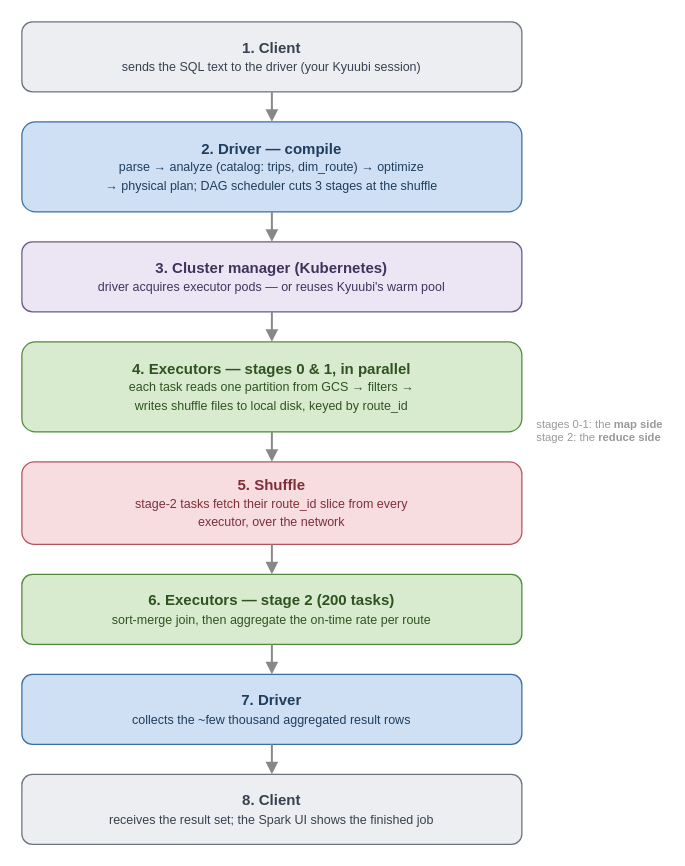
The draw.io diagram book/figures/query-submission-flow.drawio in AlanPhan04/spark-101-to-pro, before the edit. Source tidied: cells renumbered, new cells numbered last; positions are measured from the earlier drawing's top-left corner, leaving out a move shared by most shapes. Both pictures are drawn from the tidied source at 125%, with x=0, y=0 at pixel (21, 21).
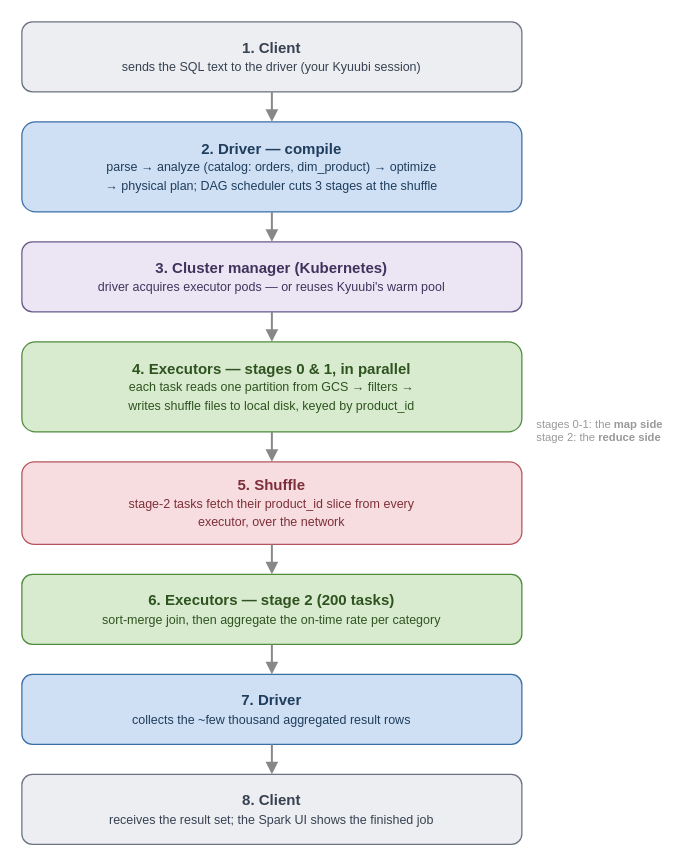
Above is the later version.

What changed in the source:
```diff
@@
 <mxGraphModel>
   <root>
     <mxCell id="0" />
     <mxCell id="1" parent="0" />
     <mxCell id="2" value="&lt;b&gt;1. Client&lt;/b&gt;&lt;br&gt;&lt;span style=&quot;font-size:10px&quot;&gt;sends the SQL text to the driver (your Kyuubi session)&lt;/span&gt;" style="rounded=1;whiteSpace=wrap;html=1;fillColor=#eceef1;strokeColor=#6b7280;fontSize=12;fontColor=#374151;" parent="1" vertex="1">
       <mxGeometry width="400" height="56" as="geometry" />
     </mxCell>
-    <mxCell id="3" value="&lt;b&gt;2. Driver &amp;#8212; compile&lt;/b&gt;&lt;br&gt;&lt;span style=&quot;font-size:10px&quot;&gt;parse &amp;#8594; analyze (catalog: trips, dim_route) &amp;#8594; optimize&lt;br&gt;&amp;#8594; physical plan; DAG scheduler cuts 3 stages at the shuffle&lt;/span&gt;" style="rounded=1;whiteSpace=wrap;html=1;fillColor=#cfe0f4;strokeColor=#3b6ea5;fontSize=12;fontColor=#1f3d5c;" parent="1" vertex="1">
+    <mxCell id="3" value="&lt;b&gt;2. Driver &amp;#8212; compile&lt;/b&gt;&lt;br&gt;&lt;span style=&quot;font-size:10px&quot;&gt;parse &amp;#8594; analyze (catalog: orders, dim_product) &amp;#8594; optimize&lt;br&gt;&amp;#8594; physical plan; DAG scheduler cuts 3 stages at the shuffle&lt;/span&gt;" style="rounded=1;whiteSpace=wrap;html=1;fillColor=#cfe0f4;strokeColor=#3b6ea5;fontSize=12;fontColor=#1f3d5c;" parent="1" vertex="1">
       <mxGeometry y="80" width="400" height="72" as="geometry" />
     </mxCell>
     <mxCell id="4" value="&lt;b&gt;3. Cluster manager (Kubernetes)&lt;/b&gt;&lt;br&gt;&lt;span style=&quot;font-size:10px&quot;&gt;driver acquires executor pods &amp;#8212; or reuses Kyuubi's warm pool&lt;/span&gt;" style="rounded=1;whiteSpace=wrap;html=1;fillColor=#ece6f4;strokeColor=#6a5a8a;fontSize=12;fontColor=#3f335c;" parent="1" vertex="1">
       <mxGeometry y="176" width="400" height="56" as="geometry" />
     </mxCell>
-    <mxCell id="5" value="&lt;b&gt;4. Executors &amp;#8212; stages 0 &amp; 1, in parallel&lt;/b&gt;&lt;br&gt;&lt;span style=&quot;font-size:10px&quot;&gt;each task reads one partition from GCS &amp;#8594; filters &amp;#8594;&lt;br&gt;writes shuffle files to local disk, keyed by route_id&lt;/span&gt;" style="rounded=1;whiteSpace=wrap;html=1;fillColor=#d8ebcf;strokeColor=#4f8a3d;fontSize=12;fontColor=#2f5320;" parent="1" vertex="1">
+    <mxCell id="5" value="&lt;b&gt;4. Executors &amp;#8212; stages 0 &amp; 1, in parallel&lt;/b&gt;&lt;br&gt;&lt;span style=&quot;font-size:10px&quot;&gt;each task reads one partition from GCS &amp;#8594; filters &amp;#8594;&lt;br&gt;writes shuffle files to local disk, keyed by product_id&lt;/span&gt;" style="rounded=1;whiteSpace=wrap;html=1;fillColor=#d8ebcf;strokeColor=#4f8a3d;fontSize=12;fontColor=#2f5320;" parent="1" vertex="1">
       <mxGeometry y="256" width="400" height="72" as="geometry" />
     </mxCell>
-    <mxCell id="6" value="&lt;b&gt;5. Shuffle&lt;/b&gt;&lt;br&gt;&lt;span style=&quot;font-size:10px&quot;&gt;stage-2 tasks fetch their route_id slice from every&lt;br&gt;executor, over the network&lt;/span&gt;" style="rounded=1;whiteSpace=wrap;html=1;fillColor=#f7dde0;strokeColor=#b5545e;fontSize=12;fontColor=#7d2f38;" parent="1" vertex="1">
+    <mxCell id="6" value="&lt;b&gt;5. Shuffle&lt;/b&gt;&lt;br&gt;&lt;span style=&quot;font-size:10px&quot;&gt;stage-2 tasks fetch their product_id slice from every&lt;br&gt;executor, over the network&lt;/span&gt;" style="rounded=1;whiteSpace=wrap;html=1;fillColor=#f7dde0;strokeColor=#b5545e;fontSize=12;fontColor=#7d2f38;" parent="1" vertex="1">
       <mxGeometry y="352" width="400" height="66" as="geometry" />
     </mxCell>
-    <mxCell id="7" value="&lt;b&gt;6. Executors &amp;#8212; stage 2  (200 tasks)&lt;/b&gt;&lt;br&gt;&lt;span style=&quot;font-size:10px&quot;&gt;sort-merge join, then aggregate the on-time rate per route&lt;/span&gt;" style="rounded=1;whiteSpace=wrap;html=1;fillColor=#d8ebcf;strokeColor=#4f8a3d;fontSize=12;fontColor=#2f5320;" parent="1" vertex="1">
+    <mxCell id="7" value="&lt;b&gt;6. Executors &amp;#8212; stage 2  (200 tasks)&lt;/b&gt;&lt;br&gt;&lt;span style=&quot;font-size:10px&quot;&gt;sort-merge join, then aggregate the on-time rate per category&lt;/span&gt;" style="rounded=1;whiteSpace=wrap;html=1;fillColor=#d8ebcf;strokeColor=#4f8a3d;fontSize=12;fontColor=#2f5320;" parent="1" vertex="1">
       <mxGeometry y="442" width="400" height="56" as="geometry" />
     </mxCell>
     <mxCell id="8" value="&lt;b&gt;7. Driver&lt;/b&gt;&lt;br&gt;&lt;span style=&quot;font-size:10px&quot;&gt;collects the ~few thousand aggregated result rows&lt;/span&gt;" style="rounded=1;whiteSpace=wrap;html=1;fillColor=#cfe0f4;strokeColor=#3b6ea5;fontSize=12;fontColor=#1f3d5c;" parent="1" vertex="1">
       <mxGeometry y="522" width="400" height="56" as="geometry" />
     </mxCell>
     <mxCell id="9" value="&lt;b&gt;8. Client&lt;/b&gt;&lt;br&gt;&lt;span style=&quot;font-size:10px&quot;&gt;receives the result set; the Spark UI shows the finished job&lt;/span&gt;" style="rounded=1;whiteSpace=wrap;html=1;fillColor=#eceef1;strokeColor=#6b7280;fontSize=12;fontColor=#374151;" parent="1" vertex="1">
       <mxGeometry y="602" width="400" height="56" as="geometry" />
     </mxCell>
     <mxCell id="10" style="endArrow=block;html=1;strokeColor=#888888;strokeWidth=1.6;exitX=0.5;exitY=1;entryX=0.5;entryY=0;" parent="1" edge="1" source="2" target="3">
       <mxGeometry relative="1" as="geometry" />
     </mxCell>
     <mxCell id="11" style="endArrow=block;html=1;strokeColor=#888888;strokeWidth=1.6;exitX=0.5;exitY=1;entryX=0.5;entryY=0;" parent="1" edge="1" source="3" target="4">
       <mxGeometry relative="1" as="geometry" />
     </mxCell>
     <mxCell id="12" style="endArrow=block;html=1;strokeColor=#888888;strokeWidth=1.6;exitX=0.5;exitY=1;entryX=0.5;entryY=0;" parent="1" edge="1" source="4" target="5">
       <mxGeometry relative="1" as="geometry" />
     </mxCell>
     <mxCell id="13" style="endArrow=block;html=1;strokeColor=#888888;strokeWidth=1.6;exitX=0.5;exitY=1;entryX=0.5;entryY=0;" parent="1" edge="1" source="5" target="6">
       <mxGeometry relative="1" as="geometry" />
     </mxCell>
     <mxCell id="14" style="endArrow=block;html=1;strokeColor=#888888;strokeWidth=1.6;exitX=0.5;exitY=1;entryX=0.5;entryY=0;" parent="1" edge="1" source="6" target="7">
       <mxGeometry relative="1" as="geometry" />
     </mxCell>
     <mxCell id="15" style="endArrow=block;html=1;strokeColor=#888888;strokeWidth=1.6;exitX=0.5;exitY=1;entryX=0.5;entryY=0;" parent="1" edge="1" source="7" target="8">
       <mxGeometry relative="1" as="geometry" />
     </mxCell>
     <mxCell id="16" style="endArrow=block;html=1;strokeColor=#888888;strokeWidth=1.6;exitX=0.5;exitY=1;entryX=0.5;entryY=0;" parent="1" edge="1" source="8" target="9">
       <mxGeometry relative="1" as="geometry" />
     </mxCell>
     <mxCell id="17" value="stages 0-1: the &lt;b&gt;map side&lt;/b&gt;&lt;br&gt;stage 2: the &lt;b&gt;reduce side&lt;/b&gt;" style="text;html=1;align=left;fontSize=9;fontColor=#999999;" parent="1" vertex="1">
       <mxGeometry x="410" y="310" width="70" height="40" as="geometry" />
     </mxCell>
   </root>
 </mxGraphModel>
```
